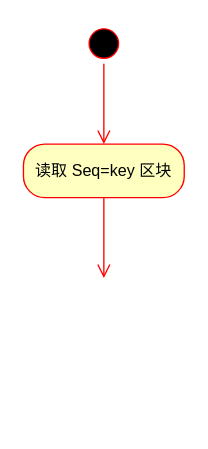
This is page "读取流程" (2 of 2) of Filelog.drawio from sun-iot/draw.io, a draw.io file, before an edit. Source tidied: cells renumbered, new cells numbered last; positions are measured from the earlier drawing's top-left corner, leaving out a move shared by most shapes. Both pictures are drawn from the tidied source at 134%, with x=0, y=0 at pixel (23, 23).
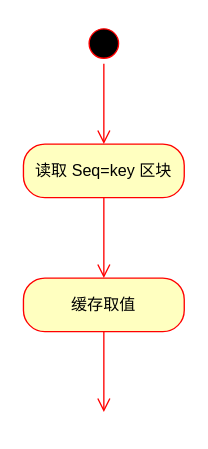
The same page after the edit.

What changed in the source:
```diff
@@
 <mxGraphModel>
   <root>
     <mxCell id="0" />
     <mxCell id="1" parent="0" />
     <mxCell id="2" style="ellipse;html=1;shape=startState;fillColor=#000000;strokeColor=#ff0000;" parent="1" vertex="1">
       <mxGeometry x="45" width="30" height="30" as="geometry" />
     </mxCell>
     <mxCell id="3" style="edgeStyle=orthogonalEdgeStyle;html=1;verticalAlign=bottom;endArrow=open;endSize=8;strokeColor=#ff0000;rounded=0;" parent="1" edge="1" source="2">
       <mxGeometry relative="1" as="geometry">
         <mxPoint x="60" y="90" as="targetPoint" />
       </mxGeometry>
     </mxCell>
     <mxCell id="4" value="读取 Seq=key 区块" style="rounded=1;whiteSpace=wrap;html=1;arcSize=40;fontColor=#000000;fillColor=#ffffc0;strokeColor=#ff0000;" parent="1" vertex="1">
       <mxGeometry y="90" width="120" height="40" as="geometry" />
     </mxCell>
     <mxCell id="5" style="edgeStyle=orthogonalEdgeStyle;html=1;verticalAlign=bottom;endArrow=open;endSize=8;strokeColor=#ff0000;rounded=0;" parent="1" edge="1" source="4">
       <mxGeometry relative="1" as="geometry">
         <mxPoint x="60" y="190" as="targetPoint" />
       </mxGeometry>
     </mxCell>
+    <mxCell id="6" value="缓存取值" style="rounded=1;whiteSpace=wrap;html=1;arcSize=40;fontColor=#000000;fillColor=#ffffc0;strokeColor=#ff0000;" parent="1" vertex="1">
+      <mxGeometry y="190" width="120" height="40" as="geometry" />
+    </mxCell>
+    <mxCell id="7" style="edgeStyle=orthogonalEdgeStyle;html=1;verticalAlign=bottom;endArrow=open;endSize=8;strokeColor=#ff0000;rounded=0;" parent="1" edge="1" source="6">
+      <mxGeometry relative="1" as="geometry">
+        <mxPoint x="60" y="290" as="targetPoint" />
+      </mxGeometry>
+    </mxCell>
   </root>
 </mxGraphModel>
```
